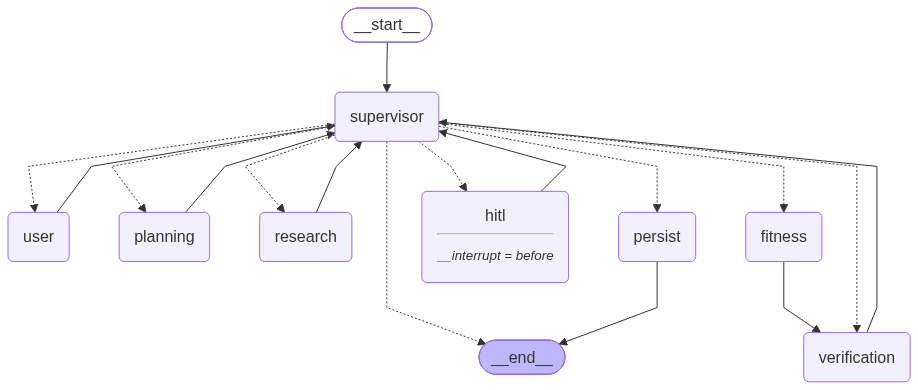
hoanhoang-agilityio/Assistant-Learning keeps this Mermaid diagram as src/docs/diagrams/supervisor.png. Above is the earlier version. Its source is kept beside it as src/docs/diagrams/supervisor.mmd.
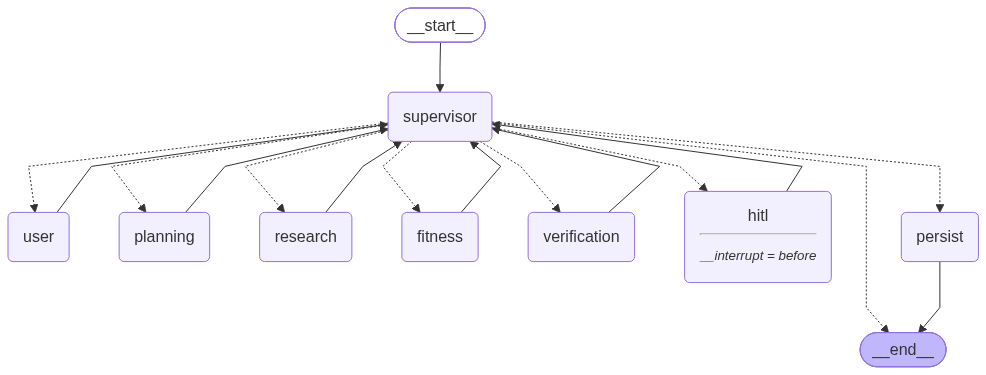
After the change.

Diff of the diagram source:
```diff
@@ -15,7 +15,7 @@
 	persist(persist)
 	__end__([<p>__end__</p>]):::last
 	__start__ --> supervisor;
-	fitness --> verification;
+	fitness --> supervisor;
 	hitl --> supervisor;
 	planning --> supervisor;
 	research --> supervisor;
```
